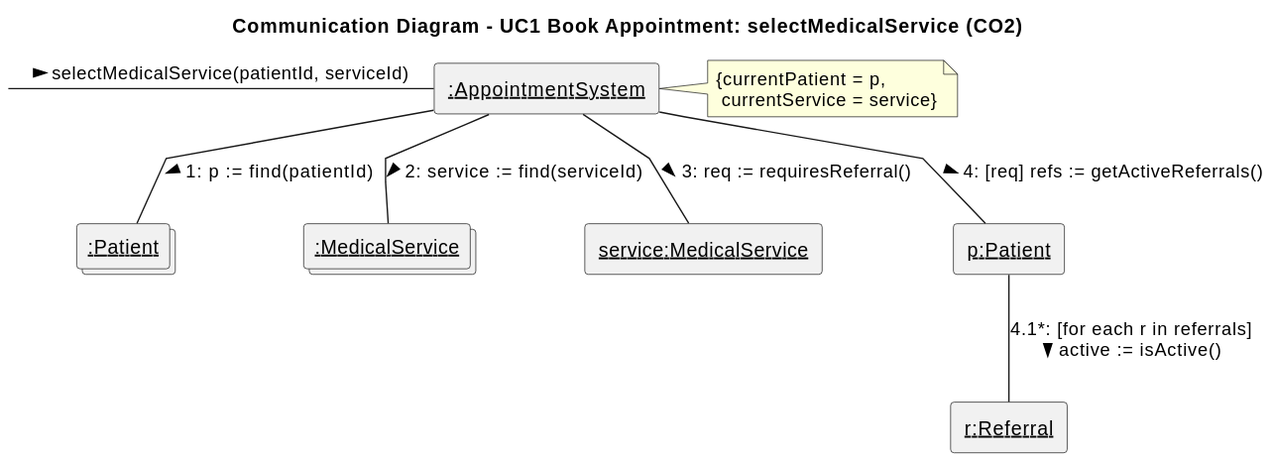
This is docs/interaction-diagrams/book-appointment-select-medical-service.svg from rakib-akter/SOEN-342-Project, a PlantUML export, as it was before one commit. Source of this version:
```plantuml
@startuml
title Communication Diagram - UC1 Book Appointment: selectMedicalService (CO2)
skinparam linetype polyline

label " " as start
rectangle "<u>:AppointmentSystem</u>" as ctrl
collections "<u>:Patient</u>" as patients
collections "<u>:MedicalService</u>" as services
rectangle "<u>service:MedicalService</u>" as service
rectangle "<u>p:Patient</u>" as p
rectangle "<u>r:Referral</u>" as r

start -right- ctrl : "selectMedicalService(patientId, serviceId) >"

ctrl -- patients : "1: p := find(patientId) >"
ctrl -- services : "2: service := find(serviceId) >"
ctrl -- service : "3: req := requiresReferral() >"
ctrl -- p : "4: [req] refs := getActiveReferrals() >"
p -- r : "4.1*: [for each r in referrals]\nactive := isActive() >"

note right of ctrl
  {currentPatient = p,
   currentService = service}
end note
@enduml
```
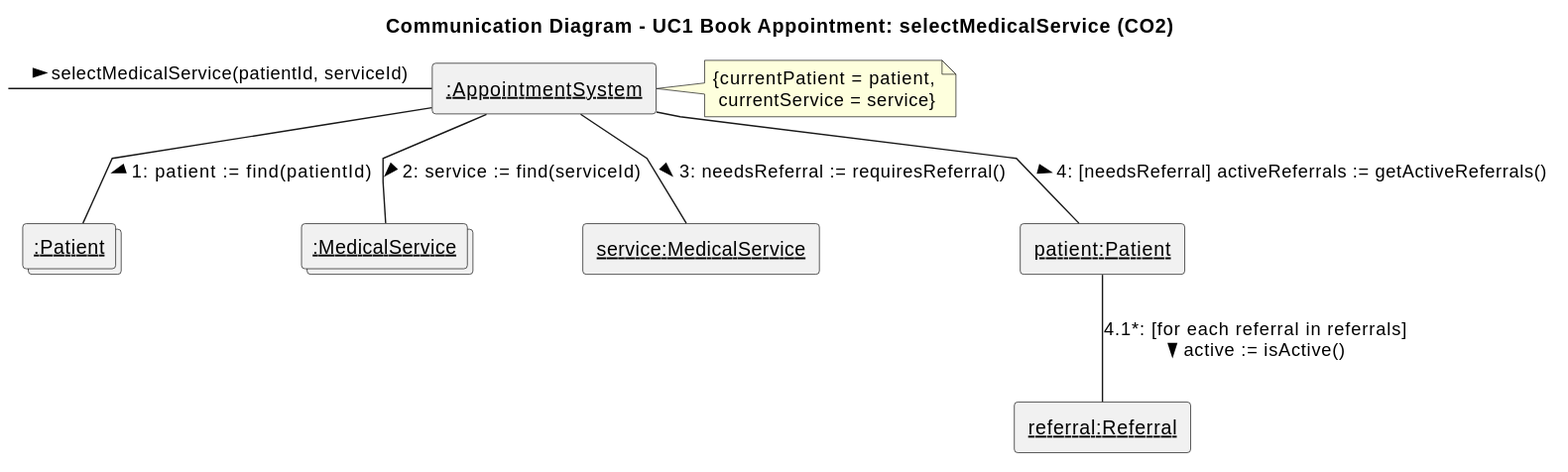
The same diagram one commit later.

Commit message:
rename the short letters in the interaction diagrams and design notes to full names (p -> patient, h -> professional, l -> location etc) so its easier to read

The edit, as a diff of the source:
```diff
@@ -7,19 +7,19 @@
 collections "<u>:Patient</u>" as patients
 collections "<u>:MedicalService</u>" as services
 rectangle "<u>service:MedicalService</u>" as service
-rectangle "<u>p:Patient</u>" as p
-rectangle "<u>r:Referral</u>" as r
+rectangle "<u>patient:Patient</u>" as patient
+rectangle "<u>referral:Referral</u>" as referral
 
 start -right- ctrl : "selectMedicalService(patientId, serviceId) >"
 
-ctrl -- patients : "1: p := find(patientId) >"
+ctrl -- patients : "1: patient := find(patientId) >"
 ctrl -- services : "2: service := find(serviceId) >"
-ctrl -- service : "3: req := requiresReferral() >"
-ctrl -- p : "4: [req] refs := getActiveReferrals() >"
-p -- r : "4.1*: [for each r in referrals]\nactive := isActive() >"
+ctrl -- service : "3: needsReferral := requiresReferral() >"
+ctrl -- patient : "4: [needsReferral] activeReferrals := getActiveReferrals() >"
+patient -- referral : "4.1*: [for each referral in referrals]\nactive := isActive() >"
 
 note right of ctrl
-  {currentPatient = p,
+  {currentPatient = patient,
    currentService = service}
 end note
 @enduml
```
